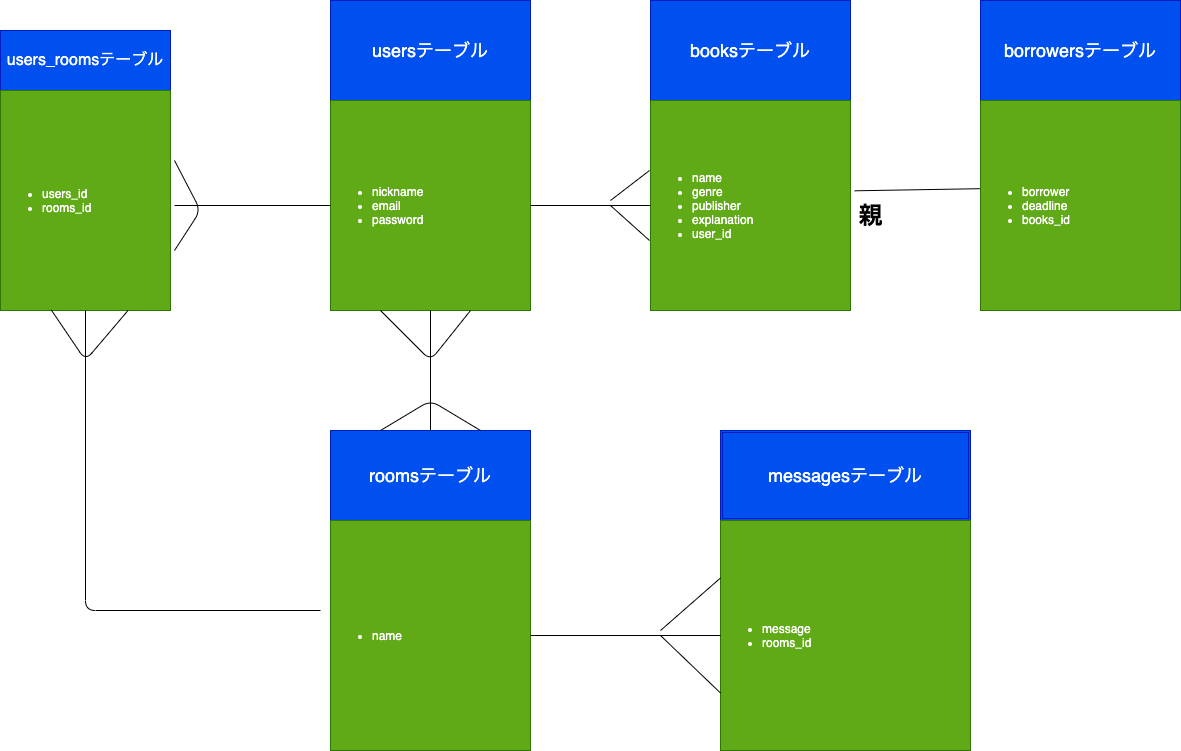
Masahiro913/world_book_shelf keeps this draw.io diagram as world_book_shelf.drawio.png. Above is the earlier version. Source tidied: cells renumbered, new cells last; positions are measured from the earlier drawing's top-left corner, leaving out a move shared by most shapes.
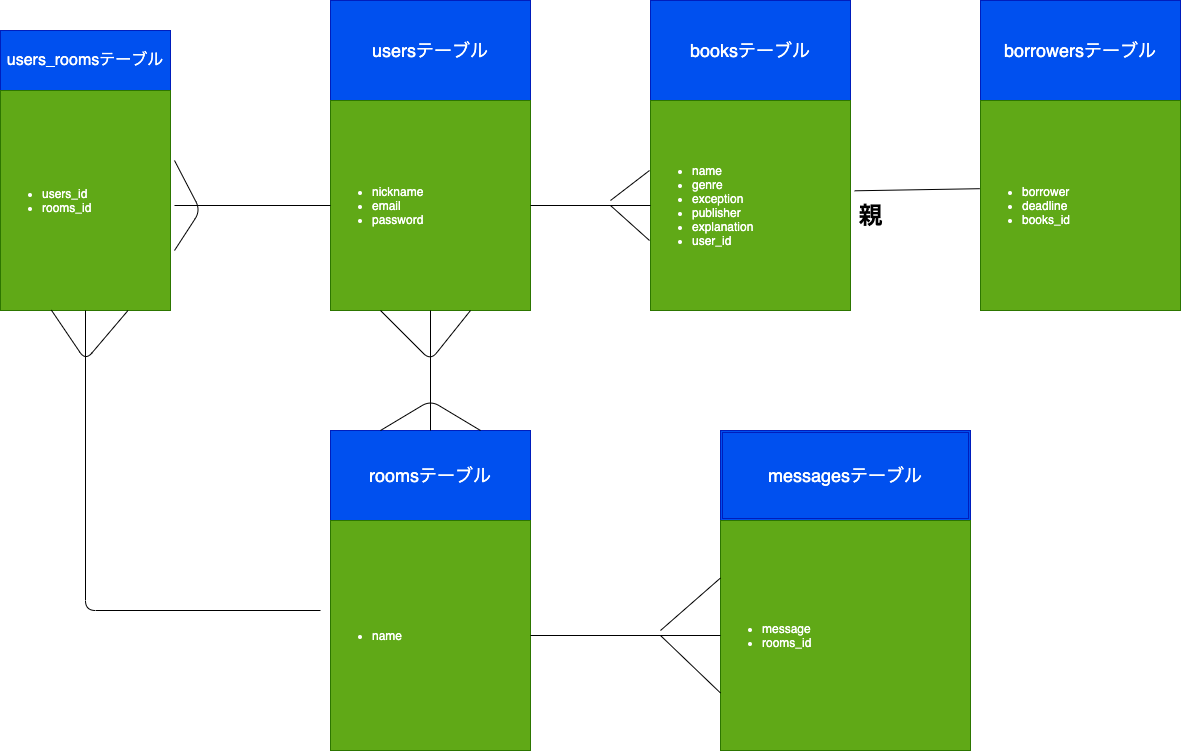
Above is the later version.

Diff of the diagram source:
```diff
@@ -20,7 +20,7 @@
     <mxCell id="7" value="&lt;ul&gt;&lt;li&gt;name&lt;/li&gt;&lt;/ul&gt;" style="text;strokeColor=#2D7600;fillColor=#60a917;html=1;whiteSpace=wrap;verticalAlign=middle;overflow=hidden;fontColor=#ffffff;" parent="1" vertex="1">
       <mxGeometry x="330" y="520" width="200" height="230" as="geometry" />
     </mxCell>
-    <mxCell id="8" value="&lt;ul&gt;&lt;li&gt;name&lt;/li&gt;&lt;li&gt;genre&lt;/li&gt;&lt;li&gt;publisher&lt;/li&gt;&lt;li&gt;explanation&lt;/li&gt;&lt;li&gt;user_id&lt;/li&gt;&lt;/ul&gt;" style="text;strokeColor=#2D7600;fillColor=#60a917;html=1;whiteSpace=wrap;verticalAlign=middle;overflow=hidden;fontColor=#ffffff;" parent="1" vertex="1">
+    <mxCell id="8" value="&lt;ul&gt;&lt;li&gt;name&lt;/li&gt;&lt;li&gt;genre&lt;/li&gt;&lt;li&gt;exception&lt;/li&gt;&lt;li&gt;publisher&lt;/li&gt;&lt;li&gt;explanation&lt;/li&gt;&lt;li&gt;user_id&lt;/li&gt;&lt;/ul&gt;" style="text;strokeColor=#2D7600;fillColor=#60a917;html=1;whiteSpace=wrap;verticalAlign=middle;overflow=hidden;fontColor=#ffffff;" parent="1" vertex="1">
       <mxGeometry x="650" y="100" width="200" height="210" as="geometry" />
     </mxCell>
     <mxCell id="9" value="&lt;ul&gt;&lt;li&gt;borrower&lt;/li&gt;&lt;li&gt;deadline&lt;/li&gt;&lt;li&gt;books_id&lt;/li&gt;&lt;/ul&gt;" style="text;strokeColor=#2D7600;fillColor=#60a917;html=1;whiteSpace=wrap;verticalAlign=middle;overflow=hidden;fontColor=#ffffff;" parent="1" vertex="1">
```
